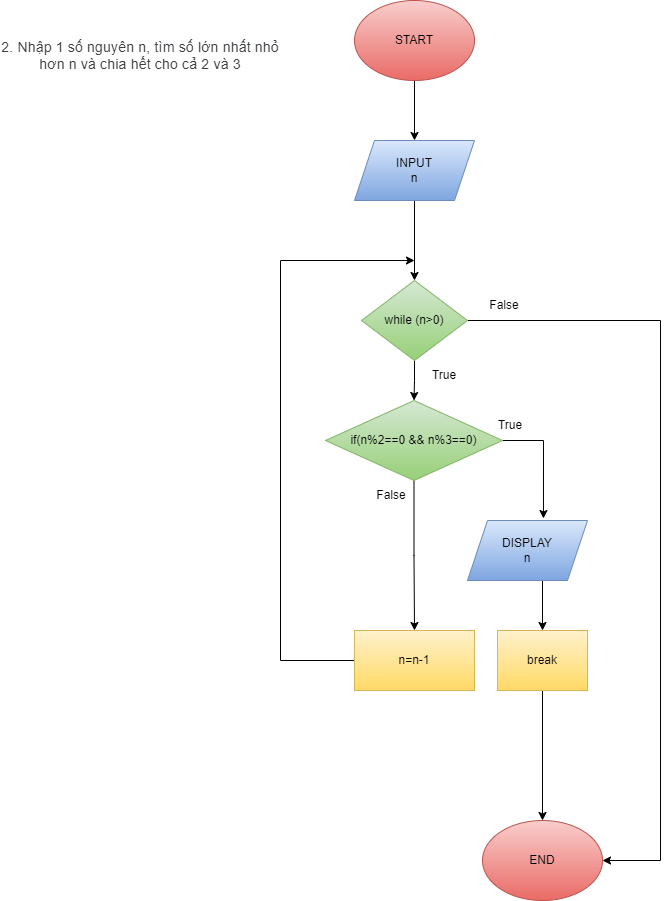
The draw.io diagram Session 2/B2.png in Hnamsouth/baitapT2204M, before a commit. Source tidied: cells renumbered, new cells last; positions are measured from the earlier drawing's top-left corner, leaving out a move shared by most shapes.
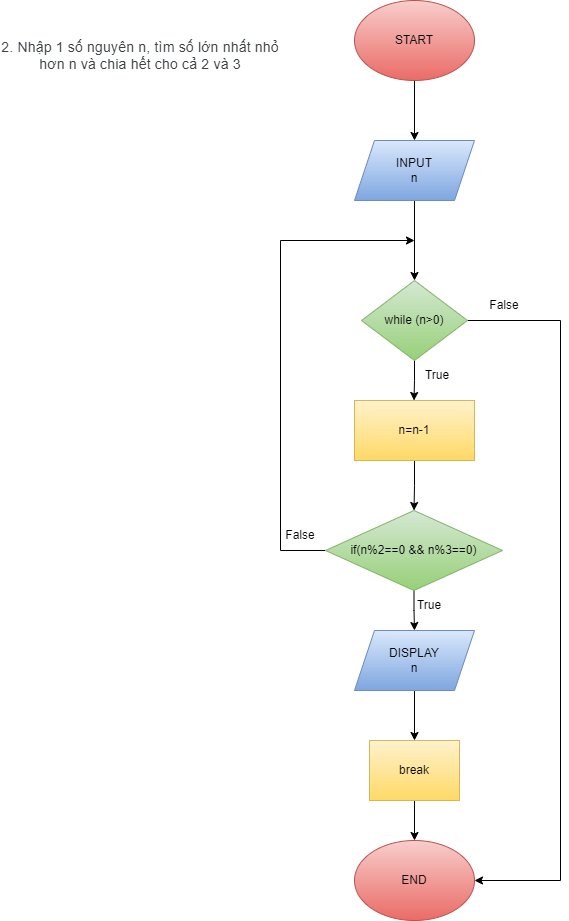
The same diagram one commit later.

Diff of the diagram source:
```diff
@@ -14,62 +14,45 @@
     <mxCell id="5" value="INPUT&lt;br&gt;n" style="shape=parallelogram;perimeter=parallelogramPerimeter;whiteSpace=wrap;html=1;fixedSize=1;fillColor=#dae8fc;gradientColor=#7ea6e0;strokeColor=#6c8ebf;" parent="1" vertex="1">
       <mxGeometry x="354" y="140" width="120" height="60" as="geometry" />
     </mxCell>
-    <mxCell id="6" style="edgeStyle=orthogonalEdgeStyle;rounded=0;jettySize=auto;html=1;entryX=0.5;entryY=0;entryDx=0;entryDy=0;" parent="1" edge="1" source="8" target="13">
-      <mxGeometry relative="1" as="geometry" />
+    <mxCell id="6" style="edgeStyle=orthogonalEdgeStyle;rounded=0;jettySize=auto;html=1;entryX=0.5;entryY=0;entryDx=0;entryDy=0;" parent="1" edge="1" source="8">
+      <mxGeometry relative="1" as="geometry">
+        <mxPoint x="413.5" y="400" as="targetPoint" />
+      </mxGeometry>
     </mxCell>
     <mxCell id="7" style="edgeStyle=orthogonalEdgeStyle;rounded=0;jettySize=auto;html=1;entryX=1;entryY=0.5;entryDx=0;entryDy=0;" parent="1" edge="1" source="8" target="16">
       <mxGeometry relative="1" as="geometry">
         <Array as="points">
-          <mxPoint x="660" y="320" />
-          <mxPoint x="660" y="860" />
+          <mxPoint x="560" y="320" />
+          <mxPoint x="560" y="880" />
         </Array>
       </mxGeometry>
     </mxCell>
     <mxCell id="8" value="while (n&amp;gt;0)" style="rhombus;whiteSpace=wrap;html=1;fillColor=#d5e8d4;gradientColor=#97d077;strokeColor=#82b366;" parent="1" vertex="1">
       <mxGeometry x="361" y="280" width="106" height="80" as="geometry" />
     </mxCell>
-    <mxCell id="9" style="edgeStyle=orthogonalEdgeStyle;rounded=0;jettySize=auto;html=1;" parent="1" edge="1" source="10">
-      <mxGeometry relative="1" as="geometry">
-        <mxPoint x="414" y="260" as="targetPoint" />
-        <Array as="points">
-          <mxPoint x="280" y="660" />
-          <mxPoint x="280" y="260" />
-        </Array>
-      </mxGeometry>
-    </mxCell>
+    <mxCell id="24" style="edgeStyle=orthogonalEdgeStyle;rounded=0;jettySize=auto;html=1;entryX=0.5;entryY=0;entryDx=0;entryDy=0;" parent="1" edge="1" source="10" target="13">
+      <mxGeometry relative="1" as="geometry" />
+    </mxCell>
     <mxCell id="10" value="n=n-1" style="rounded=0;whiteSpace=wrap;html=1;fillColor=#fff2cc;gradientColor=#ffd966;strokeColor=#d6b656;" parent="1" vertex="1">
-      <mxGeometry x="354" y="630" width="120" height="60" as="geometry" />
+      <mxGeometry x="354" y="400" width="120" height="60" as="geometry" />
     </mxCell>
-    <mxCell id="11" style="edgeStyle=orthogonalEdgeStyle;rounded=0;jettySize=auto;html=1;entryX=0.633;entryY=-0.033;entryDx=0;entryDy=0;exitX=1;exitY=0.5;exitDx=0;exitDy=0;entryPerimeter=0;" parent="1" edge="1" source="13" target="15">
-      <mxGeometry relative="1" as="geometry" />
-    </mxCell>
-    <mxCell id="12" style="edgeStyle=orthogonalEdgeStyle;rounded=0;jettySize=auto;html=1;entryX=0.5;entryY=0;entryDx=0;entryDy=0;" parent="1" edge="1" source="13" target="10">
-      <mxGeometry relative="1" as="geometry" />
-    </mxCell>
-    <mxCell id="13" value="if(n%2==0 &amp;amp;&amp;amp; n%3==0)" style="rhombus;whiteSpace=wrap;html=1;fillColor=#d5e8d4;gradientColor=#97d077;strokeColor=#82b366;" parent="1" vertex="1">
-      <mxGeometry x="325" y="400" width="177" height="80" as="geometry" />
-    </mxCell>
-    <mxCell id="14" style="edgeStyle=orthogonalEdgeStyle;rounded=0;jettySize=auto;html=1;entryX=0.5;entryY=0;entryDx=0;entryDy=0;exitX=0.61;exitY=0.999;exitDx=0;exitDy=0;exitPerimeter=0;" parent="1" edge="1" source="15" target="23">
-      <mxGeometry relative="1" as="geometry">
-        <Array as="points">
-          <mxPoint x="542" y="580" />
-        </Array>
-      </mxGeometry>
+    <mxCell id="14" style="edgeStyle=orthogonalEdgeStyle;rounded=0;jettySize=auto;html=1;entryX=0.5;entryY=0;entryDx=0;entryDy=0;" parent="1" edge="1" source="15" target="23">
+      <mxGeometry relative="1" as="geometry" />
     </mxCell>
     <mxCell id="15" value="DISPLAY&lt;br&gt;n" style="shape=parallelogram;perimeter=parallelogramPerimeter;whiteSpace=wrap;html=1;fixedSize=1;fillColor=#dae8fc;gradientColor=#7ea6e0;strokeColor=#6c8ebf;" parent="1" vertex="1">
-      <mxGeometry x="467" y="520" width="120" height="60" as="geometry" />
+      <mxGeometry x="354" y="630" width="120" height="60" as="geometry" />
     </mxCell>
     <mxCell id="16" value="END" style="ellipse;whiteSpace=wrap;html=1;fillColor=#f8cecc;gradientColor=#ea6b66;strokeColor=#b85450;" parent="1" vertex="1">
-      <mxGeometry x="482" y="820" width="120" height="80" as="geometry" />
+      <mxGeometry x="354" y="840" width="120" height="80" as="geometry" />
     </mxCell>
     <mxCell id="17" value="True" style="text;html=1;strokeColor=none;fillColor=none;align=center;verticalAlign=middle;whiteSpace=wrap;rounded=0;" parent="1" vertex="1">
-      <mxGeometry x="414" y="360" width="60" height="30" as="geometry" />
+      <mxGeometry x="407" y="360" width="60" height="30" as="geometry" />
     </mxCell>
     <mxCell id="18" value="False" style="text;html=1;strokeColor=none;fillColor=none;align=center;verticalAlign=middle;whiteSpace=wrap;rounded=0;" parent="1" vertex="1">
-      <mxGeometry x="361" y="480" width="60" height="30" as="geometry" />
+      <mxGeometry x="270" y="520" width="60" height="30" as="geometry" />
     </mxCell>
     <mxCell id="19" value="True" style="text;html=1;strokeColor=none;fillColor=none;align=center;verticalAlign=middle;whiteSpace=wrap;rounded=0;" parent="1" vertex="1">
-      <mxGeometry x="480" y="410" width="60" height="30" as="geometry" />
+      <mxGeometry x="399" y="590" width="60" height="30" as="geometry" />
     </mxCell>
     <mxCell id="20" value="False" style="text;html=1;strokeColor=none;fillColor=none;align=center;verticalAlign=middle;whiteSpace=wrap;rounded=0;" parent="1" vertex="1">
       <mxGeometry x="474" y="290" width="60" height="30" as="geometry" />
@@ -81,7 +64,22 @@
       <mxGeometry relative="1" as="geometry" />
     </mxCell>
     <mxCell id="23" value="break" style="rounded=0;whiteSpace=wrap;html=1;fillColor=#fff2cc;gradientColor=#ffd966;strokeColor=#d6b656;" parent="1" vertex="1">
-      <mxGeometry x="497" y="630" width="90" height="60" as="geometry" />
+      <mxGeometry x="369" y="740" width="90" height="60" as="geometry" />
     </mxCell>
+    <mxCell id="11" style="edgeStyle=orthogonalEdgeStyle;rounded=0;jettySize=auto;html=1;entryX=0.5;entryY=0;entryDx=0;entryDy=0;" parent="1" edge="1" source="13" target="15">
+      <mxGeometry relative="1" as="geometry" />
+    </mxCell>
+    <mxCell id="25" style="edgeStyle=orthogonalEdgeStyle;rounded=0;jettySize=auto;html=1;" parent="1" edge="1" source="13">
+      <mxGeometry relative="1" as="geometry">
+        <mxPoint x="414" y="240" as="targetPoint" />
+        <Array as="points">
+          <mxPoint x="280" y="550" />
+          <mxPoint x="280" y="240" />
+        </Array>
+      </mxGeometry>
+    </mxCell>
+    <mxCell id="13" value="if(n%2==0 &amp;amp;&amp;amp; n%3==0)" style="rhombus;whiteSpace=wrap;html=1;fillColor=#d5e8d4;gradientColor=#97d077;strokeColor=#82b366;" parent="1" vertex="1">
+      <mxGeometry x="325" y="510" width="177" height="80" as="geometry" />
+    </mxCell>
   </root>
 </mxGraphModel>
```
